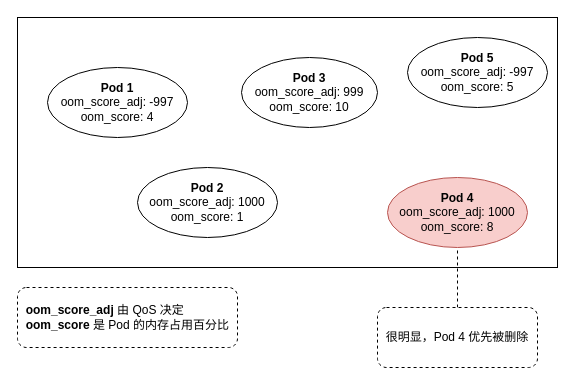
lsj9383/Containerization keeps this draw.io diagram as kube/request-limit/assets/oom-score-adj.drawio. Above is the earlier version. Source tidied: cells renumbered, new cells numbered last; positions are measured from the earlier drawing's top-left corner, leaving out a move shared by most shapes. Both pictures are drawn from the tidied source at 100%, with x=0, y=0 at pixel (17, 17).
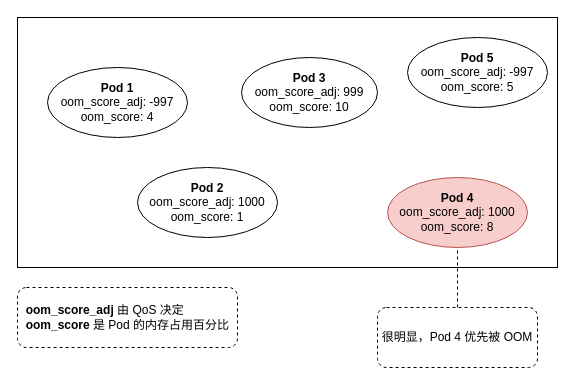
After the change.

The edit, as a diff of the source:
```diff
@@
 <mxGraphModel>
   <root>
     <mxCell id="0" />
     <mxCell id="1" parent="0" />
     <mxCell id="2" style="rounded=0;whiteSpace=wrap;html=1;" parent="1" vertex="1">
       <mxGeometry width="540" height="250" as="geometry" />
     </mxCell>
     <mxCell id="3" value="&lt;b&gt;Pod 1&lt;/b&gt;&lt;br&gt;oom_score_adj: -997&lt;br&gt;oom_score: 4" style="ellipse;whiteSpace=wrap;html=1;" parent="1" vertex="1">
       <mxGeometry x="30" y="50" width="140" height="70" as="geometry" />
     </mxCell>
     <mxCell id="4" value="&lt;b&gt;Pod 3&lt;/b&gt;&lt;br&gt;oom_score_adj: 999&lt;br&gt;oom_score: 10" style="ellipse;whiteSpace=wrap;html=1;" parent="1" vertex="1">
       <mxGeometry x="224" y="40" width="136" height="70" as="geometry" />
     </mxCell>
     <mxCell id="5" value="&lt;b&gt;Pod 5&lt;/b&gt;&lt;br&gt;oom_score_adj: -997&lt;br&gt;oom_score: 5" style="ellipse;whiteSpace=wrap;html=1;" parent="1" vertex="1">
       <mxGeometry x="390" y="20" width="140" height="70" as="geometry" />
     </mxCell>
     <mxCell id="6" value="&lt;b&gt;Pod 4&lt;/b&gt;&lt;br&gt;oom_score_adj: 1000&lt;br&gt;oom_score: 8" style="ellipse;whiteSpace=wrap;html=1;fillColor=#f8cecc;strokeColor=#b85450;" parent="1" vertex="1">
       <mxGeometry x="370" y="160" width="140" height="70" as="geometry" />
     </mxCell>
     <mxCell id="7" value="&lt;b&gt;Pod 2&lt;/b&gt;&lt;br&gt;oom_score_adj: 1000&lt;br&gt;oom_score: 1" style="ellipse;whiteSpace=wrap;html=1;" parent="1" vertex="1">
       <mxGeometry x="120" y="150" width="140" height="70" as="geometry" />
     </mxCell>
     <mxCell id="8" style="edgeStyle=orthogonalEdgeStyle;rounded=0;jettySize=auto;html=1;exitX=0.5;exitY=0;exitDx=0;exitDy=0;entryX=0.5;entryY=1;entryDx=0;entryDy=0;endArrow=none;endFill=0;dashed=1;" parent="1" edge="1" source="9" target="6">
       <mxGeometry relative="1" as="geometry" />
     </mxCell>
-    <mxCell id="9" value="很明显，Pod 4 优先被删除" style="rounded=1;whiteSpace=wrap;html=1;dashed=1;" parent="1" vertex="1">
+    <mxCell id="9" value="很明显，Pod 4 优先被 OOM" style="rounded=1;whiteSpace=wrap;html=1;dashed=1;" parent="1" vertex="1">
       <mxGeometry x="360" y="290" width="160" height="60" as="geometry" />
     </mxCell>
     <mxCell id="10" value="&amp;nbsp; &lt;b&gt;oom_score_adj&lt;/b&gt; 由 QoS 决定&lt;br&gt;&amp;nbsp; &lt;b&gt;oom_score &lt;/b&gt;是 Pod 的内存占用百分比" style="rounded=1;whiteSpace=wrap;html=1;dashed=1;align=left;" parent="1" vertex="1">
       <mxGeometry y="270" width="220" height="60" as="geometry" />
     </mxCell>
   </root>
 </mxGraphModel>
```
